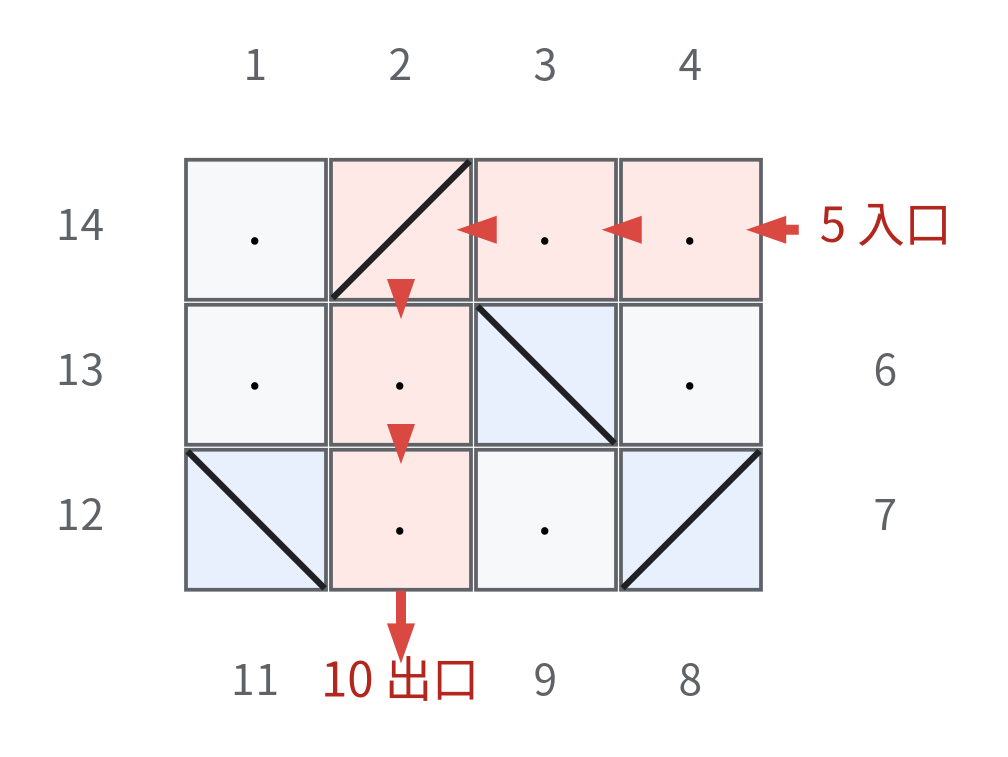
Earlier version of the Graphviz export pD/statement/sample-1-path.png (TNFSH-Programming-Contest/2026NHSPC-TNFSH-Pre). Its source is kept beside it as pD/statement/sample-1-path.dot.
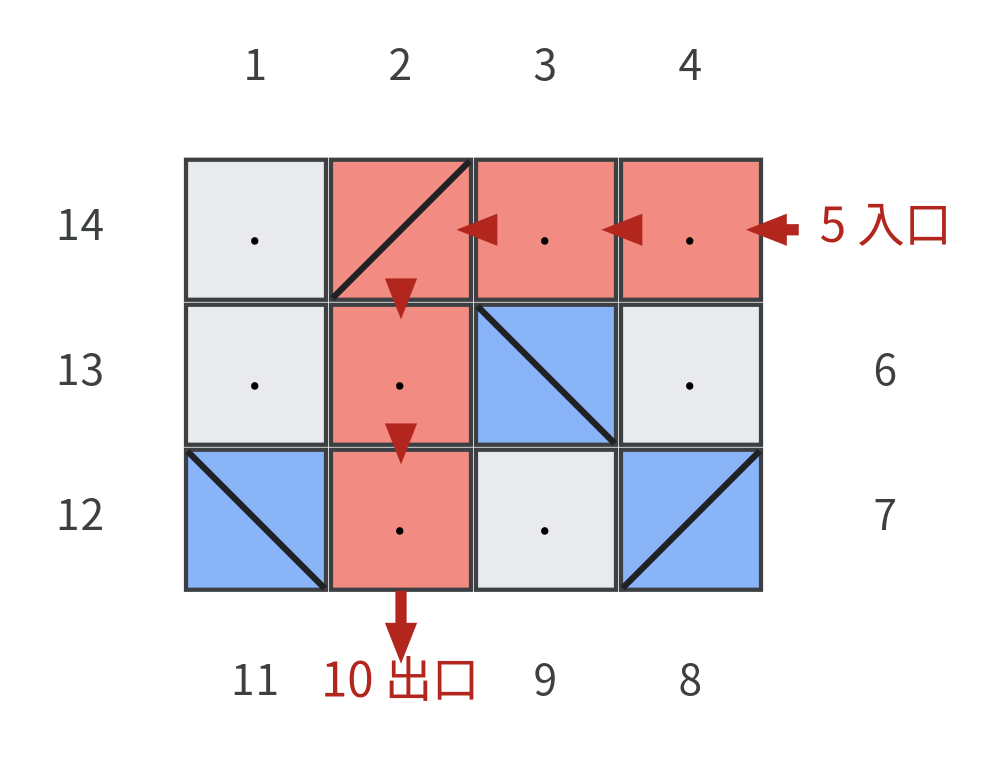
Above is the later version.

Commit message:
pD: make color more bright

What changed in the source:
```diff
@@ -3,21 +3,21 @@
            bgcolor="white", pad=0.2];
     node [fontname="Noto Sans Mono CJK TC", fontsize=22, shape=box,
           fixedsize=true, width=0.78, height=0.78, style="filled",
-          fillcolor="#f6f8fa", color="#5f6368", penwidth=1.5];
-    edge [color="#d94841", penwidth=4, arrowsize=0.8];
+          fillcolor="#e8eaed", color="#3c4043", penwidth=1.7];
+    edge [color="#b3261e", penwidth=4.5, arrowsize=0.8];
 
     c11 [label=".", pos="0,116!"];
-    c12 [label="", pos="58,116!", fillcolor="#ffe9e7"];
-    c13 [label=".", pos="116,116!", fillcolor="#ffe9e7"];
-    c14 [label=".", pos="174,116!", fillcolor="#ffe9e7"];
+    c12 [label="", pos="58,116!", fillcolor="#f28b82"];
+    c13 [label=".", pos="116,116!", fillcolor="#f28b82"];
+    c14 [label=".", pos="174,116!", fillcolor="#f28b82"];
     c21 [label=".", pos="0,58!"];
-    c22 [label=".", pos="58,58!", fillcolor="#ffe9e7"];
-    c23 [label="", pos="116,58!", fillcolor="#e8f0fe"];
+    c22 [label=".", pos="58,58!", fillcolor="#f28b82"];
+    c23 [label="", pos="116,58!", fillcolor="#8ab4f8"];
     c24 [label=".", pos="174,58!"];
-    c31 [label="", pos="0,0!", fillcolor="#e8f0fe"];
-    c32 [label=".", pos="58,0!", fillcolor="#ffe9e7"];
+    c31 [label="", pos="0,0!", fillcolor="#8ab4f8"];
+    c32 [label=".", pos="58,0!", fillcolor="#f28b82"];
     c33 [label=".", pos="116,0!"];
-    c34 [label="", pos="174,0!", fillcolor="#e8f0fe"];
+    c34 [label="", pos="174,0!", fillcolor="#8ab4f8"];
 
     node [shape=point, fixedsize=true, width=0.01, height=0.01,
           label="", style=invis];
@@ -35,7 +35,7 @@
     c34_bl -> c34_tr [color="#202124", penwidth=2.5, arrowhead=none];
 
     node [shape=plaintext, fixedsize=false, style="", fontsize=17,
-          fontname="Noto Sans CJK TC", fontcolor="#5f6368"];
+          fontname="Noto Sans CJK TC", fontcolor="#3c4043"];
     p1  [label="1", pos="0,180!"];
     p2  [label="2", pos="58,180!"];
     p3  [label="3", pos="116,180!"];
```
